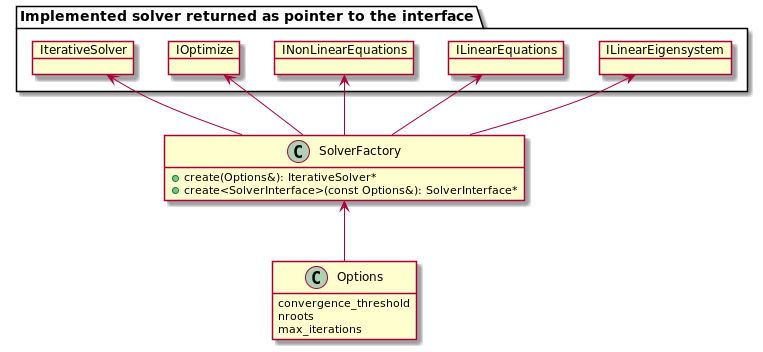
Earlier version of the PlantUML export doc/images/solver_factory.png (pjknowles/iterative-solver). Source of this version:
```plantuml
@startuml
class Options{
convergence_threshold
nroots
max_iterations
}

class SolverFactory{
+create(Options&): IterativeSolver*
+create<SolverInterface>(const Options&): SolverInterface*
}

hide empty methods
hide empty fields

SolverFactory <-- Options
package "Implemented solver returned as pointer to the interface"{
object ILinearEigensystem
object ILinearEquations
object INonLinearEquations
object IOptimize
object IterativeSolver
}

IterativeSolver <-- SolverFactory
ILinearEigensystem <-- SolverFactory
ILinearEquations <-- SolverFactory
INonLinearEquations <-- SolverFactory
IOptimize <-- SolverFactory
@enduml
```
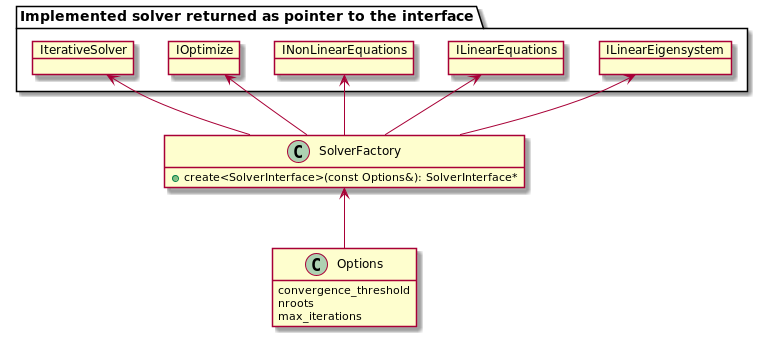
After the change.

Commit message:
update SolverFactory design diagram

Change to the diagram source:
```diff
@@ -6,7 +6,6 @@
 }
 
 class SolverFactory{
-+create(Options&): IterativeSolver*
 +create<SolverInterface>(const Options&): SolverInterface*
 }
 
```
